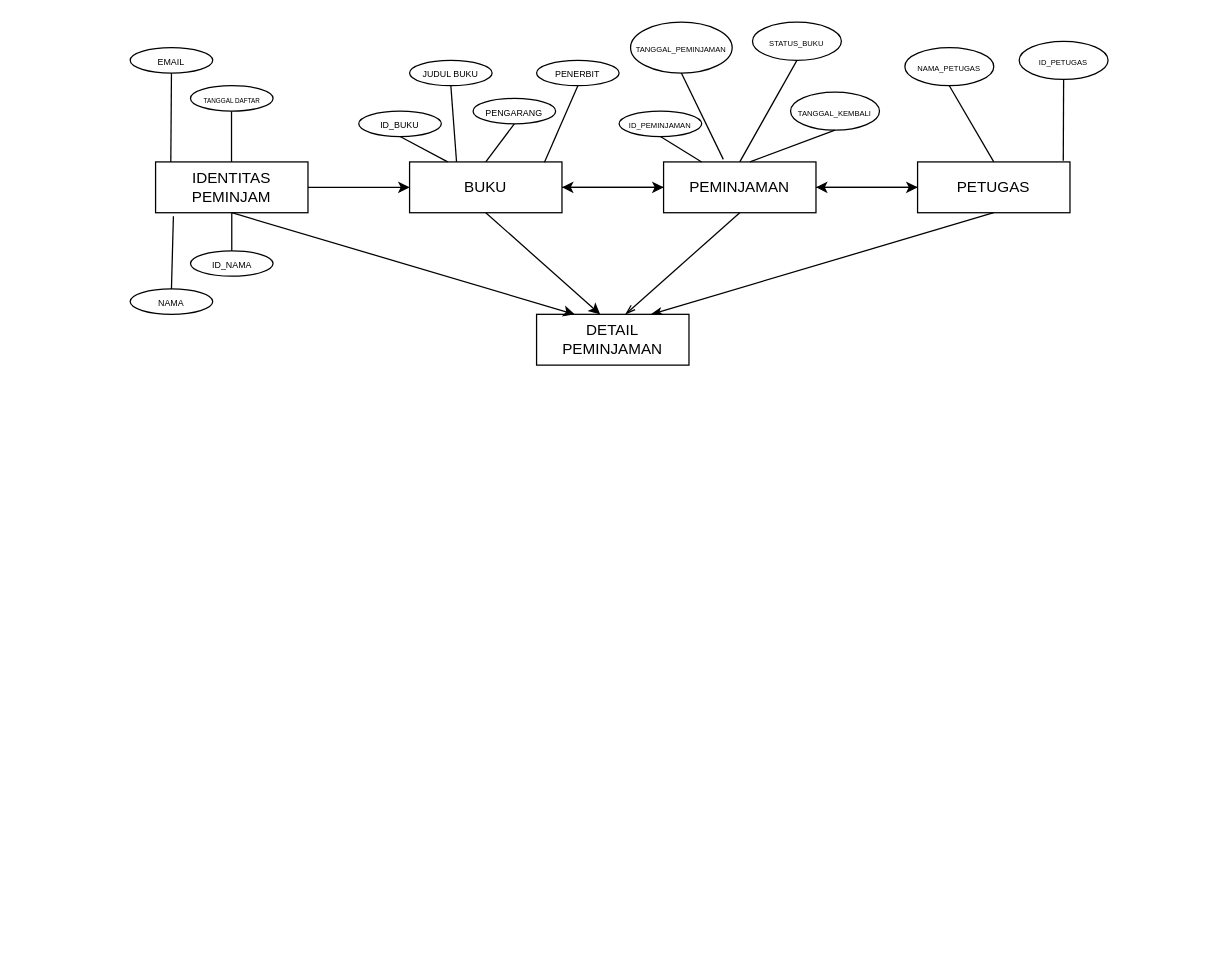
SinestreaSwl/database-diagram keeps this draw.io diagram as ELMANUX.drawio. Above is the earlier version. Source tidied: cells renumbered, new cells numbered last; positions are measured from the earlier drawing's top-left corner, leaving out a move shared by most shapes. Both pictures are drawn from the tidied source at 127%, with x=0, y=0 at pixel (130, 22).
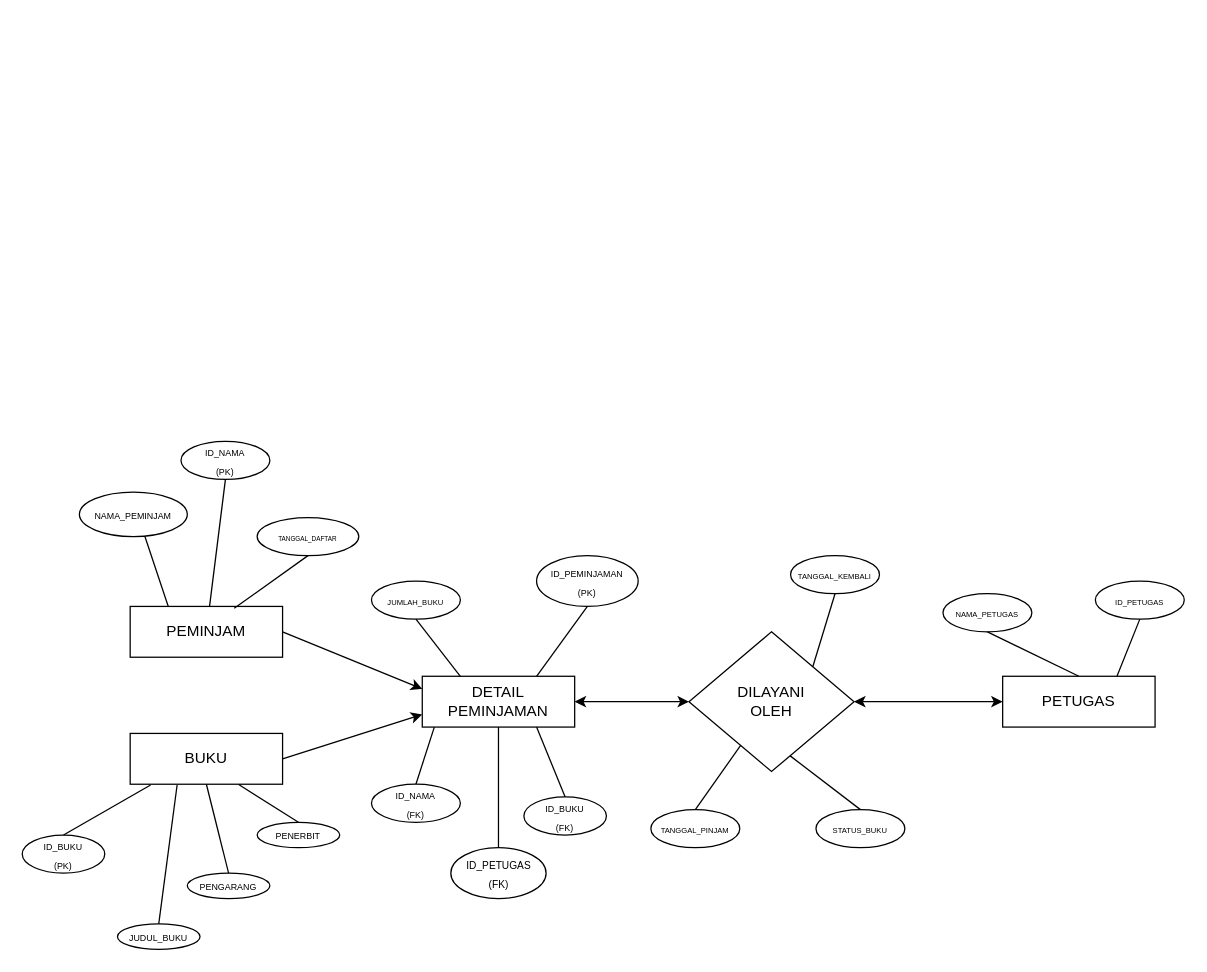
The same page after the edit.

Change to the diagram source:
```diff
@@
-    <mxCell id="2" style="edgeStyle=orthogonalEdgeStyle;rounded=0;jettySize=auto;html=1;" parent="1" edge="1" source="3" target="5">
-      <mxGeometry relative="1" as="geometry" />
-    </mxCell>
-    <mxCell id="3" value="IDENTITAS PEMINJAM" style="rounded=0;whiteSpace=wrap;html=1;" parent="1" vertex="1">
-      <mxGeometry x="20" y="110" width="120" height="40" as="geometry" />
+    <mxCell id="3" value="PEMINJAM" style="rounded=0;whiteSpace=wrap;html=1;" parent="1" vertex="1">
+      <mxGeometry y="460" width="120" height="40" as="geometry" />
     </mxCell>
-    <mxCell id="4" style="edgeStyle=orthogonalEdgeStyle;rounded=0;jettySize=auto;html=1;" parent="1" edge="1" source="5" target="8">
-      <mxGeometry relative="1" as="geometry" />
-    </mxCell>
     <mxCell id="5" value="BUKU" style="rounded=0;whiteSpace=wrap;html=1;" parent="1" vertex="1">
-      <mxGeometry x="220" y="110" width="120" height="40" as="geometry" />
+      <mxGeometry y="560" width="120" height="40" as="geometry" />
     </mxCell>
-    <mxCell id="6" style="edgeStyle=orthogonalEdgeStyle;rounded=0;jettySize=auto;html=1;" parent="1" edge="1" source="8" target="10">
-      <mxGeometry relative="1" as="geometry" />
-    </mxCell>
-    <mxCell id="7" style="edgeStyle=orthogonalEdgeStyle;rounded=0;jettySize=auto;html=1;" parent="1" edge="1" source="8" target="5">
-      <mxGeometry relative="1" as="geometry" />
-    </mxCell>
-    <mxCell id="8" value="PEMINJAMAN" style="rounded=0;whiteSpace=wrap;html=1;" parent="1" vertex="1">
-      <mxGeometry x="420" y="110" width="120" height="40" as="geometry" />
-    </mxCell>
-    <mxCell id="9" style="edgeStyle=orthogonalEdgeStyle;rounded=0;jettySize=auto;html=1;" parent="1" edge="1" source="10" target="8">
-      <mxGeometry relative="1" as="geometry" />
-    </mxCell>
     <mxCell id="10" value="PETUGAS" style="rounded=0;whiteSpace=wrap;html=1;" parent="1" vertex="1">
-      <mxGeometry x="620" y="110" width="120" height="40" as="geometry" />
+      <mxGeometry x="687" y="515" width="120" height="40" as="geometry" />
     </mxCell>
+    <mxCell id="44" style="edgeStyle=orthogonalEdgeStyle;rounded=0;jettySize=auto;html=1;startArrow=classic;startFill=1;entryX=0;entryY=0.5;entryDx=0;entryDy=0;" parent="1" edge="1" source="11" target="58">
+      <mxGeometry relative="1" as="geometry" />
+    </mxCell>
     <mxCell id="11" value="DETAIL PEMINJAMAN" style="rounded=0;whiteSpace=wrap;html=1;" parent="1" vertex="1">
-      <mxGeometry x="320" y="230" width="120" height="40" as="geometry" />
+      <mxGeometry x="230" y="515" width="120" height="40" as="geometry" />
     </mxCell>
-    <mxCell id="12" style="endArrow=none;html=1;rounded=0;exitX=0.5;exitY=0;exitDx=0;exitDy=0;" parent="1" edge="1" source="13">
-      <mxGeometry relative="1" as="geometry">
-        <mxPoint x="80" y="190" as="targetPoint" />
-        <Array as="points">
-          <mxPoint x="80" y="190" />
-          <mxPoint x="80" y="150" />
-        </Array>
-      </mxGeometry>
-    </mxCell>
-    <mxCell id="13" value="&lt;span style=&quot;font-size: 7px;&quot;&gt;ID_NAMA&lt;/span&gt;" style="ellipse;whiteSpace=wrap;html=1;" parent="1" vertex="1">
-      <mxGeometry x="47.5" y="180" width="65" height="20" as="geometry" />
+    <mxCell id="13" value="&lt;span style=&quot;font-size: 7px;&quot;&gt;ID_NAMA&lt;/span&gt;&lt;div&gt;&lt;span style=&quot;font-size: 7px;&quot;&gt;(PK)&lt;/span&gt;&lt;/div&gt;" style="ellipse;whiteSpace=wrap;html=1;" parent="1" vertex="1">
+      <mxGeometry x="40" y="330" width="70" height="30" as="geometry" />
     </mxCell>
-    <mxCell id="14" style="endArrow=none;html=1;rounded=0;exitX=0.5;exitY=0;exitDx=0;exitDy=0;entryX=0.117;entryY=1.068;entryDx=0;entryDy=0;entryPerimeter=0;" parent="1" edge="1" source="15" target="3">
-      <mxGeometry relative="1" as="geometry" />
+    <mxCell id="14" style="endArrow=none;html=1;rounded=0;entryX=0.607;entryY=1.079;entryDx=0;entryDy=0;entryPerimeter=0;exitX=0.25;exitY=0;exitDx=0;exitDy=0;" parent="1" edge="1" source="3">
+      <mxGeometry relative="1" as="geometry">
+        <mxPoint x="11.6" y="405" as="targetPoint" />
+      </mxGeometry>
     </mxCell>
-    <mxCell id="15" value="&lt;span style=&quot;font-size: 7px;&quot;&gt;NAMA&lt;/span&gt;" style="ellipse;whiteSpace=wrap;html=1;" parent="1" vertex="1">
-      <mxGeometry y="210" width="65" height="20" as="geometry" />
+    <mxCell id="15" value="&lt;span style=&quot;font-size: 7px;&quot;&gt;NAMA_PEMINJAM&lt;/span&gt;" style="ellipse;whiteSpace=wrap;html=1;" parent="1" vertex="1">
+      <mxGeometry x="-40" y="370" width="85" height="35" as="geometry" />
     </mxCell>
-    <mxCell id="16" value="&lt;font style=&quot;font-size: 5px;&quot;&gt;TANGGAL DAFTAR&lt;/font&gt;" style="ellipse;whiteSpace=wrap;html=1;" parent="1" vertex="1">
-      <mxGeometry x="47.5" y="50" width="65" height="20" as="geometry" />
+    <mxCell id="16" value="&lt;font style=&quot;font-size: 5px;&quot;&gt;TANGGAL_DAFTAR&lt;/font&gt;" style="ellipse;whiteSpace=wrap;html=1;" parent="1" vertex="1">
+      <mxGeometry x="100" y="390" width="80" height="30" as="geometry" />
     </mxCell>
-    <mxCell id="17" style="endArrow=none;html=1;rounded=0;exitX=0.5;exitY=0;exitDx=0;exitDy=0;" parent="1" edge="1">
-      <mxGeometry relative="1" as="geometry">
-        <mxPoint x="79.8" y="100" as="sourcePoint" />
-        <mxPoint x="79.8" y="110" as="targetPoint" />
-        <Array as="points">
-          <mxPoint x="79.8" y="110" />
-          <mxPoint x="79.8" y="70" />
-        </Array>
-      </mxGeometry>
-    </mxCell>
-    <mxCell id="18" value="&lt;span style=&quot;font-size: 7px;&quot;&gt;EMAIL&lt;/span&gt;" style="ellipse;whiteSpace=wrap;html=1;" parent="1" vertex="1">
-      <mxGeometry y="20" width="65" height="20" as="geometry" />
-    </mxCell>
-    <mxCell id="19" style="endArrow=none;html=1;rounded=0;exitX=0.5;exitY=0;exitDx=0;exitDy=0;entryX=0.5;entryY=1;entryDx=0;entryDy=0;" parent="1" edge="1" target="18">
-      <mxGeometry relative="1" as="geometry">
-        <mxPoint x="32" y="110" as="sourcePoint" />
-      </mxGeometry>
-    </mxCell>
-    <mxCell id="20" style="endArrow=none;html=1;rounded=0;entryX=0.5;entryY=1;entryDx=0;entryDy=0;exitX=0.417;exitY=0;exitDx=0;exitDy=0;startArrow=classic;startFill=1;exitPerimeter=0;" parent="1" edge="1" source="11" target="5">
-      <mxGeometry relative="1" as="geometry" />
-    </mxCell>
-    <mxCell id="21" style="endArrow=none;html=1;rounded=0;entryX=0.5;entryY=1;entryDx=0;entryDy=0;exitX=0.25;exitY=0;exitDx=0;exitDy=0;startArrow=classic;startFill=1;" parent="1" edge="1" source="11" target="3">
+    <mxCell id="21" style="endArrow=none;html=1;rounded=0;entryX=1;entryY=0.5;entryDx=0;entryDy=0;exitX=0;exitY=0.25;exitDx=0;exitDy=0;startArrow=classic;startFill=1;endFill=1;" parent="1" edge="1" source="11" target="3">
       <mxGeometry relative="1" as="geometry" />
     </mxCell>
-    <mxCell id="22" style="endArrow=none;html=1;rounded=0;entryX=0.5;entryY=1;entryDx=0;entryDy=0;exitX=0.583;exitY=0;exitDx=0;exitDy=0;startArrow=openThin;startFill=0;exitPerimeter=0;" parent="1" edge="1" source="11" target="8">
-      <mxGeometry relative="1" as="geometry" />
-    </mxCell>
-    <mxCell id="23" style="endArrow=none;html=1;rounded=0;entryX=0.5;entryY=1;entryDx=0;entryDy=0;exitX=0.75;exitY=0;exitDx=0;exitDy=0;startArrow=classicThin;startFill=1;" parent="1" edge="1" source="11" target="10">
-      <mxGeometry relative="1" as="geometry" />
-    </mxCell>
-    <mxCell id="24" value="&lt;span style=&quot;font-size: 7px;&quot;&gt;ID_BUKU&lt;/span&gt;" style="ellipse;whiteSpace=wrap;html=1;" parent="1" vertex="1">
-      <mxGeometry x="180" y="70" width="65" height="20" as="geometry" />
+    <mxCell id="24" value="&lt;span style=&quot;font-size: 7px;&quot;&gt;ID_BUKU&lt;/span&gt;&lt;div&gt;&lt;span style=&quot;font-size: 7px;&quot;&gt;(PK)&lt;/span&gt;&lt;/div&gt;" style="ellipse;whiteSpace=wrap;html=1;" parent="1" vertex="1">
+      <mxGeometry x="-85" y="640" width="65" height="30" as="geometry" />
     </mxCell>
-    <mxCell id="25" style="endArrow=none;html=1;rounded=0;entryX=0.5;entryY=1;entryDx=0;entryDy=0;exitX=0.25;exitY=0;exitDx=0;exitDy=0;" parent="1" edge="1" source="5" target="24">
-      <mxGeometry relative="1" as="geometry" />
-    </mxCell>
-    <mxCell id="26" value="&lt;span style=&quot;font-size: 7px;&quot;&gt;JUDUL BUKU&lt;/span&gt;" style="ellipse;whiteSpace=wrap;html=1;" parent="1" vertex="1">
-      <mxGeometry x="220" y="30" width="65" height="20" as="geometry" />
+    <mxCell id="26" value="&lt;span style=&quot;font-size: 7px;&quot;&gt;JUDUL_BUKU&lt;/span&gt;" style="ellipse;whiteSpace=wrap;html=1;" parent="1" vertex="1">
+      <mxGeometry x="-10" y="710" width="65" height="20" as="geometry" />
     </mxCell>
-    <mxCell id="27" style="endArrow=none;html=1;rounded=0;entryX=0.5;entryY=1;entryDx=0;entryDy=0;" parent="1" edge="1" target="26">
-      <mxGeometry relative="1" as="geometry">
-        <mxPoint x="257" y="110" as="sourcePoint" />
-      </mxGeometry>
+    <mxCell id="27" style="endArrow=none;html=1;rounded=0;entryX=0.5;entryY=0;entryDx=0;entryDy=0;exitX=0.308;exitY=1.015;exitDx=0;exitDy=0;exitPerimeter=0;" parent="1" edge="1" source="5" target="26">
+      <mxGeometry relative="1" as="geometry" />
     </mxCell>
     <mxCell id="28" value="&lt;span style=&quot;font-size: 7px;&quot;&gt;PENGARANG&lt;/span&gt;" style="ellipse;whiteSpace=wrap;html=1;" parent="1" vertex="1">
-      <mxGeometry x="270" y="60" width="65" height="20" as="geometry" />
+      <mxGeometry x="45" y="670" width="65" height="20" as="geometry" />
     </mxCell>
-    <mxCell id="29" style="endArrow=none;html=1;rounded=0;entryX=0.5;entryY=1;entryDx=0;entryDy=0;" parent="1" edge="1" target="28">
-      <mxGeometry relative="1" as="geometry">
-        <mxPoint x="280" y="110" as="sourcePoint" />
-      </mxGeometry>
+    <mxCell id="29" style="endArrow=none;html=1;rounded=0;entryX=0.5;entryY=0;entryDx=0;entryDy=0;exitX=0.5;exitY=1;exitDx=0;exitDy=0;" parent="1" edge="1" source="5" target="28">
+      <mxGeometry relative="1" as="geometry" />
     </mxCell>
     <mxCell id="30" value="&lt;span style=&quot;font-size: 7px;&quot;&gt;PENERBIT&lt;/span&gt;" style="ellipse;whiteSpace=wrap;html=1;" parent="1" vertex="1">
-      <mxGeometry x="320" y="30" width="65" height="20" as="geometry" />
+      <mxGeometry x="100" y="630" width="65" height="20" as="geometry" />
     </mxCell>
-    <mxCell id="31" style="endArrow=none;html=1;rounded=0;entryX=0.5;entryY=1;entryDx=0;entryDy=0;exitX=0.885;exitY=0.008;exitDx=0;exitDy=0;exitPerimeter=0;" parent="1" edge="1" source="5" target="30">
-      <mxGeometry relative="1" as="geometry" />
-    </mxCell>
-    <mxCell id="32" value="&lt;font style=&quot;font-size: 6px;&quot;&gt;ID_PEMINJAMAN&lt;/font&gt;" style="ellipse;whiteSpace=wrap;html=1;" parent="1" vertex="1">
-      <mxGeometry x="385" y="70" width="65" height="20" as="geometry" />
-    </mxCell>
-    <mxCell id="33" style="endArrow=none;html=1;rounded=0;entryX=0.5;entryY=1;entryDx=0;entryDy=0;exitX=0.25;exitY=0;exitDx=0;exitDy=0;" parent="1" edge="1" source="8" target="32">
-      <mxGeometry relative="1" as="geometry" />
-    </mxCell>
-    <mxCell id="34" value="&lt;font style=&quot;font-size: 6px;&quot;&gt;TANGGAL_PEMINJAMAN&lt;/font&gt;" style="ellipse;whiteSpace=wrap;html=1;" parent="1" vertex="1">
-      <mxGeometry x="394" width="80" height="40" as="geometry" />
-    </mxCell>
-    <mxCell id="35" style="endArrow=none;html=1;rounded=0;entryX=0.5;entryY=1;entryDx=0;entryDy=0;exitX=0.392;exitY=-0.05;exitDx=0;exitDy=0;exitPerimeter=0;" parent="1" edge="1" source="8" target="34">
-      <mxGeometry relative="1" as="geometry" />
-    </mxCell>
-    <mxCell id="36" value="&lt;font style=&quot;font-size: 6px;&quot;&gt;TANGGAL_KEMBALI&lt;/font&gt;" style="ellipse;whiteSpace=wrap;html=1;" parent="1" vertex="1">
-      <mxGeometry x="520" y="55" width="70" height="30" as="geometry" />
-    </mxCell>
-    <mxCell id="37" style="endArrow=none;html=1;rounded=0;entryX=0.5;entryY=1;entryDx=0;entryDy=0;exitX=0.567;exitY=0;exitDx=0;exitDy=0;exitPerimeter=0;" parent="1" edge="1" source="8" target="36">
-      <mxGeometry relative="1" as="geometry" />
-    </mxCell>
-    <mxCell id="38" value="&lt;font style=&quot;font-size: 6px;&quot;&gt;STATUS_BUKU&lt;/font&gt;" style="ellipse;whiteSpace=wrap;html=1;" parent="1" vertex="1">
-      <mxGeometry x="490" width="70" height="30" as="geometry" />
-    </mxCell>
-    <mxCell id="39" style="endArrow=none;html=1;rounded=0;entryX=0.5;entryY=1;entryDx=0;entryDy=0;exitX=0.5;exitY=0;exitDx=0;exitDy=0;" parent="1" edge="1" source="8" target="38">
-      <mxGeometry relative="1" as="geometry" />
-    </mxCell>
     <mxCell id="40" value="&lt;font style=&quot;font-size: 6px;&quot;&gt;ID_PETUGAS&lt;/font&gt;" style="ellipse;whiteSpace=wrap;html=1;" parent="1" vertex="1">
-      <mxGeometry x="700" y="15" width="70" height="30" as="geometry" />
+      <mxGeometry x="760" y="440" width="70" height="30" as="geometry" />
     </mxCell>
-    <mxCell id="41" style="endArrow=none;html=1;rounded=0;entryX=0.5;entryY=1;entryDx=0;entryDy=0;exitX=0.956;exitY=-0.025;exitDx=0;exitDy=0;exitPerimeter=0;" parent="1" edge="1" source="10" target="40">
+    <mxCell id="41" style="endArrow=none;html=1;rounded=0;entryX=0.5;entryY=1;entryDx=0;entryDy=0;exitX=0.75;exitY=0;exitDx=0;exitDy=0;" parent="1" edge="1" source="10" target="40">
       <mxGeometry relative="1" as="geometry" />
     </mxCell>
     <mxCell id="42" value="&lt;font style=&quot;font-size: 6px;&quot;&gt;NAMA_PETUGAS&lt;/font&gt;" style="ellipse;whiteSpace=wrap;html=1;" parent="1" vertex="1">
-      <mxGeometry x="610" y="20" width="70" height="30" as="geometry" />
+      <mxGeometry x="640" y="450" width="70" height="30" as="geometry" />
     </mxCell>
@@
+    <mxCell id="45" style="endArrow=none;html=1;rounded=0;entryX=0.5;entryY=0;entryDx=0;entryDy=0;exitX=0.079;exitY=1;exitDx=0;exitDy=0;startArrow=none;startFill=0;exitPerimeter=0;" parent="1" edge="1" source="11" target="65">
+      <mxGeometry relative="1" as="geometry" />
+    </mxCell>
+    <mxCell id="46" style="endArrow=none;html=1;rounded=0;entryX=0.5;entryY=0;entryDx=0;entryDy=0;exitX=0.75;exitY=1;exitDx=0;exitDy=0;startArrow=none;startFill=0;" parent="1" edge="1" source="11">
+      <mxGeometry relative="1" as="geometry">
+        <mxPoint x="342.5" y="610" as="targetPoint" />
+      </mxGeometry>
+    </mxCell>
+    <mxCell id="47" value="&lt;font style=&quot;font-size: 7px;&quot;&gt;ID_PEMINJAMAN&lt;/font&gt;&lt;div&gt;&lt;font style=&quot;font-size: 7px;&quot;&gt;(PK)&lt;/font&gt;&lt;/div&gt;" style="ellipse;whiteSpace=wrap;html=1;" parent="1" vertex="1">
+      <mxGeometry x="320" y="420" width="80" height="40" as="geometry" />
+    </mxCell>
+    <mxCell id="48" style="endArrow=none;html=1;rounded=0;entryX=0.5;entryY=1;entryDx=0;entryDy=0;exitX=0.75;exitY=0;exitDx=0;exitDy=0;startArrow=none;startFill=0;" parent="1" edge="1" source="11" target="47">
+      <mxGeometry relative="1" as="geometry" />
+    </mxCell>
+    <mxCell id="49" value="&lt;font style=&quot;font-size: 8px;&quot;&gt;ID_PETUGAS&lt;/font&gt;&lt;div&gt;&lt;font style=&quot;font-size: 8px;&quot;&gt;(FK)&lt;/font&gt;&lt;/div&gt;" style="ellipse;whiteSpace=wrap;html=1;" parent="1" vertex="1">
+      <mxGeometry x="252.5" y="650" width="75" height="40" as="geometry" />
+    </mxCell>
+    <mxCell id="50" style="endArrow=none;html=1;rounded=0;entryX=0.5;entryY=0;entryDx=0;entryDy=0;exitX=0.5;exitY=1;exitDx=0;exitDy=0;startArrow=none;startFill=0;" parent="1" edge="1" source="11" target="49">
+      <mxGeometry relative="1" as="geometry" />
+    </mxCell>
+    <mxCell id="51" value="&lt;font style=&quot;font-size: 6px;&quot;&gt;JUMLAH_BUKU&lt;/font&gt;" style="ellipse;whiteSpace=wrap;html=1;" parent="1" vertex="1">
+      <mxGeometry x="190" y="440" width="70" height="30" as="geometry" />
+    </mxCell>
+    <mxCell id="52" style="endArrow=none;html=1;rounded=0;entryX=0.5;entryY=1;entryDx=0;entryDy=0;exitX=0.25;exitY=0;exitDx=0;exitDy=0;startArrow=none;startFill=0;" parent="1" edge="1" source="11" target="51">
+      <mxGeometry relative="1" as="geometry" />
+    </mxCell>
+    <mxCell id="53" style="endArrow=none;html=1;rounded=0;exitX=0.5;exitY=1;exitDx=0;exitDy=0;" parent="1" edge="1" source="13" target="3">
+      <mxGeometry relative="1" as="geometry" />
+    </mxCell>
+    <mxCell id="54" style="endArrow=none;html=1;rounded=0;exitX=0.5;exitY=1;exitDx=0;exitDy=0;entryX=0.683;entryY=0.036;entryDx=0;entryDy=0;entryPerimeter=0;" parent="1" edge="1" source="16" target="3">
+      <mxGeometry relative="1" as="geometry" />
+    </mxCell>
+    <mxCell id="55" style="endArrow=classic;html=1;rounded=0;exitX=1;exitY=0.5;exitDx=0;exitDy=0;startArrow=none;startFill=0;entryX=0;entryY=0.75;entryDx=0;entryDy=0;endFill=1;" parent="1" edge="1" source="5" target="11">
+      <mxGeometry relative="1" as="geometry" />
+    </mxCell>
+    <mxCell id="56" style="endArrow=none;html=1;rounded=0;exitX=0.5;exitY=0;exitDx=0;exitDy=0;startArrow=none;startFill=0;entryX=0.134;entryY=1.014;entryDx=0;entryDy=0;entryPerimeter=0;" parent="1" edge="1" source="24" target="5">
+      <mxGeometry relative="1" as="geometry" />
+    </mxCell>
+    <mxCell id="31" style="endArrow=none;html=1;rounded=0;entryX=0.5;entryY=0;entryDx=0;entryDy=0;exitX=0.712;exitY=1.005;exitDx=0;exitDy=0;exitPerimeter=0;" parent="1" edge="1" source="5" target="30">
+      <mxGeometry relative="1" as="geometry" />
+    </mxCell>
+    <mxCell id="57" style="edgeStyle=orthogonalEdgeStyle;rounded=0;orthogonalLoop=1;jettySize=auto;html=1;exitX=0.5;exitY=1;exitDx=0;exitDy=0;" parent="1" edge="1" source="11" target="11">
+      <mxGeometry relative="1" as="geometry" />
+    </mxCell>
+    <mxCell id="58" value="&lt;div&gt;DILAYANI&lt;/div&gt;&lt;div&gt;OLEH&lt;/div&gt;" style="rhombus;whiteSpace=wrap;html=1;" parent="1" vertex="1">
+      <mxGeometry x="440" y="480" width="130" height="110" as="geometry" />
+    </mxCell>
+    <mxCell id="59" style="endArrow=classic;html=1;rounded=0;startArrow=classic;startFill=1;entryX=0;entryY=0.5;entryDx=0;entryDy=0;exitX=1;exitY=0.5;exitDx=0;exitDy=0;endFill=1;" parent="1" edge="1" source="58" target="10">
+      <mxGeometry relative="1" as="geometry" />
+    </mxCell>
+    <mxCell id="38" value="&lt;font style=&quot;font-size: 6px;&quot;&gt;STATUS_BUKU&lt;/font&gt;" style="ellipse;whiteSpace=wrap;html=1;" parent="1" vertex="1">
+      <mxGeometry x="540" y="620" width="70" height="30" as="geometry" />
+    </mxCell>
+    <mxCell id="60" style="endArrow=none;html=1;rounded=0;entryX=0.5;entryY=0;entryDx=0;entryDy=0;exitX=0.613;exitY=0.888;exitDx=0;exitDy=0;exitPerimeter=0;" parent="1" edge="1" source="58" target="38">
+      <mxGeometry relative="1" as="geometry" />
+    </mxCell>
+    <mxCell id="61" style="endArrow=none;html=1;rounded=0;entryX=0.5;entryY=0;entryDx=0;entryDy=0;" parent="1" edge="1" source="58" target="62">
+      <mxGeometry relative="1" as="geometry" />
+    </mxCell>
+    <mxCell id="62" value="&lt;font style=&quot;font-size: 6px;&quot;&gt;TANGGAL_PINJAM&lt;/font&gt;" style="ellipse;whiteSpace=wrap;html=1;" parent="1" vertex="1">
+      <mxGeometry x="410" y="620" width="70" height="30" as="geometry" />
+    </mxCell>
+    <mxCell id="36" value="&lt;span style=&quot;font-size: 6px;&quot;&gt;TANGGAL_KEMBALI&lt;/span&gt;" style="ellipse;whiteSpace=wrap;html=1;" parent="1" vertex="1">
+      <mxGeometry x="520" y="420" width="70" height="30" as="geometry" />
+    </mxCell>
+    <mxCell id="63" style="endArrow=none;html=1;rounded=0;entryX=0.5;entryY=1;entryDx=0;entryDy=0;exitX=1;exitY=0;exitDx=0;exitDy=0;" parent="1" edge="1" source="58" target="36">
+      <mxGeometry relative="1" as="geometry" />
+    </mxCell>
+    <mxCell id="64" value="&lt;span style=&quot;font-size: 7px;&quot;&gt;ID_BUKU&lt;/span&gt;&lt;div&gt;&lt;span style=&quot;font-size: 7px;&quot;&gt;(FK)&lt;/span&gt;&lt;/div&gt;" style="ellipse;whiteSpace=wrap;html=1;" parent="1" vertex="1">
+      <mxGeometry x="310" y="610" width="65" height="30" as="geometry" />
+    </mxCell>
+    <mxCell id="65" value="&lt;span style=&quot;font-size: 7px;&quot;&gt;ID_NAMA&lt;/span&gt;&lt;div&gt;&lt;span style=&quot;font-size: 7px;&quot;&gt;(FK)&lt;/span&gt;&lt;/div&gt;" style="ellipse;whiteSpace=wrap;html=1;" parent="1" vertex="1">
+      <mxGeometry x="190" y="600" width="70" height="30" as="geometry" />
+    </mxCell>
```
